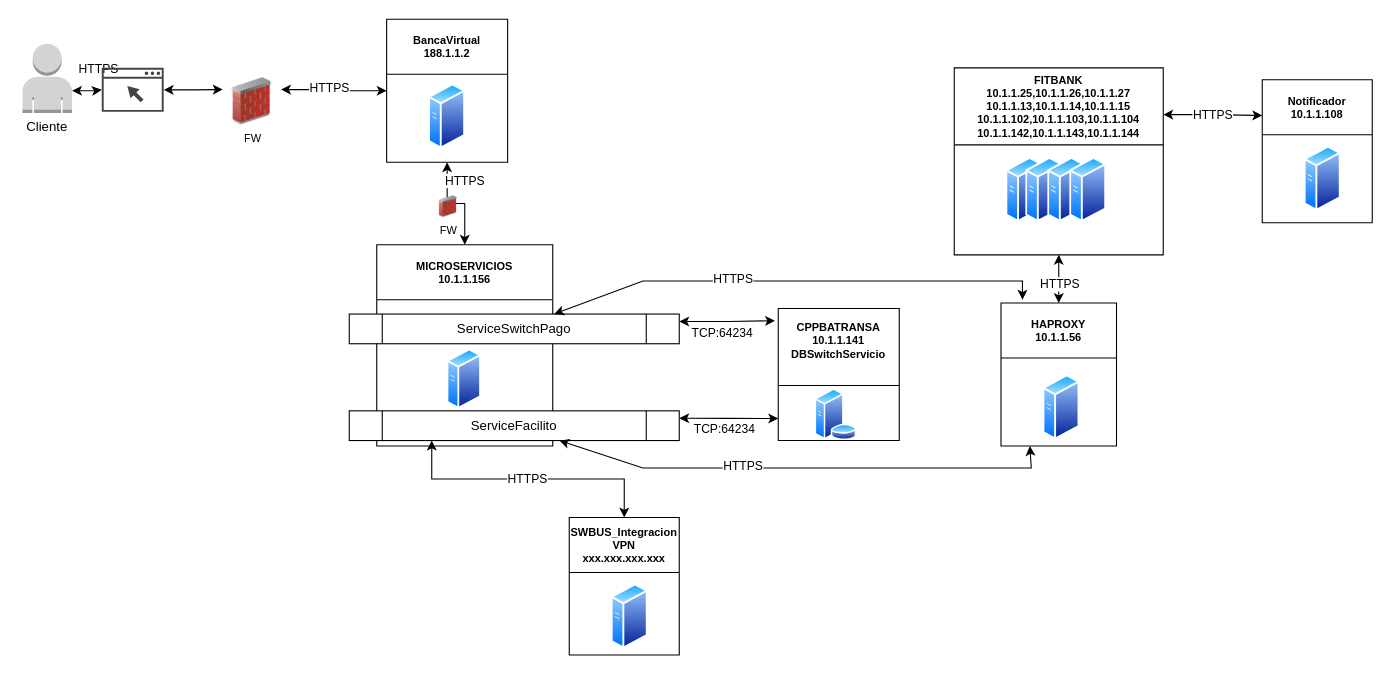
The draw.io diagram PayerInformation.drawio in davidguillermofg/Diagrams, before the edit. Source tidied: cells renumbered, new cells numbered last; positions are measured from the earlier drawing's top-left corner, leaving out a move shared by most shapes. Both pictures are drawn from the tidied source at 110%, with x=0, y=0 at pixel (19, 19).
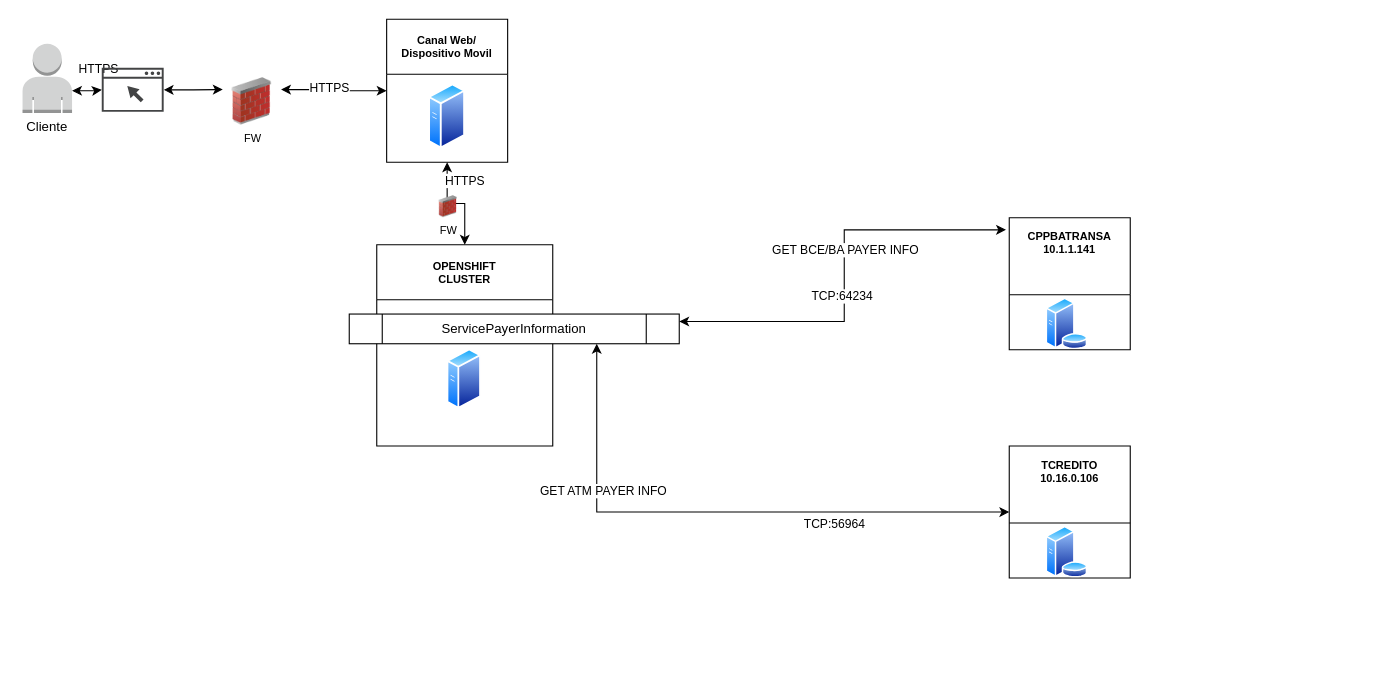
Above is the later version.

The change refers to these unchanged cells:
```xml
<mxCell id="33" style="edgeStyle=orthogonalEdgeStyle;rounded=0;jettySize=auto;html=1;exitX=1;exitY=0.25;exitDx=0;exitDy=0;entryX=-0.027;entryY=0.092;entryDx=0;entryDy=0;startArrow=classic;startFill=1;entryPerimeter=0;" parent="1" edge="1" source="22" target="35">
  <mxGeometry relative="1" as="geometry" />
</mxCell>
```

Change to the diagram source:
```diff
@@
-    <mxCell id="6" value="MICROSERVICIOS&#10;10.1.1.156" style="swimlane;startSize=50;fontSize=10;" parent="1" vertex="1">
+    <mxCell id="6" value="OPENSHIFT&#10;CLUSTER" style="swimlane;startSize=50;fontSize=10;" parent="1" vertex="1">
       <mxGeometry x="325" y="205" width="160" height="183" as="geometry" />
     </mxCell>
@@
-    <mxCell id="16" value="BancaVirtual&#10;188.1.1.2" style="swimlane;startSize=50;fontSize=10;" parent="1" vertex="1">
+    <mxCell id="16" value="Canal Web/&#10;Dispositivo Movil" style="swimlane;startSize=50;fontSize=10;" parent="1" vertex="1">
       <mxGeometry x="334" width="110" height="130" as="geometry" />
     </mxCell>
@@
-    <mxCell id="18" value="&#10;SWBUS_Integracion&#10;VPN&#10;xxx.xxx.xxx.xxx&#10;" style="swimlane;startSize=50;fontSize=10;" parent="1" vertex="1">
-      <mxGeometry x="500" y="453" width="100" height="125" as="geometry" />
-    </mxCell>
-    <mxCell id="19" style="perimeter=ellipsePerimeter;html=1;align=center;shadow=0;dashed=0;spacingTop=3;image;image=img/lib/active_directory/generic_server.svg;fontSize=10;" parent="18" vertex="1">
-      <mxGeometry x="38.2" y="60" width="33.6" height="60" as="geometry" />
-    </mxCell>
-    <mxCell id="20" value="HTTPS" style="edgeStyle=orthogonalEdgeStyle;rounded=0;jettySize=auto;html=1;exitX=0.5;exitY=0;exitDx=0;exitDy=0;startArrow=classic;startFill=1;entryX=0.25;entryY=1;entryDx=0;entryDy=0;" parent="1" edge="1" source="18" target="21">
-      <mxGeometry relative="1" as="geometry" />
-    </mxCell>
-    <mxCell id="21" value="ServiceFacilito" style="shape=process;whiteSpace=wrap;html=1;backgroundOutline=1;" parent="1" vertex="1">
-      <mxGeometry x="300" y="356" width="300" height="27" as="geometry" />
-    </mxCell>
-    <mxCell id="22" value="ServiceSwitchPago" style="shape=process;whiteSpace=wrap;html=1;backgroundOutline=1;" parent="1" vertex="1">
+    <mxCell id="22" value="ServicePayerInformation" style="shape=process;whiteSpace=wrap;html=1;backgroundOutline=1;" parent="1" vertex="1">
       <mxGeometry x="300" y="268" width="300" height="27" as="geometry" />
     </mxCell>
@@
-    <mxCell id="24" value="FITBANK&#10;10.1.1.25,10.1.1.26,10.1.1.27&#10;10.1.1.13,10.1.1.14,10.1.1.15&#10;10.1.1.102,10.1.1.103,10.1.1.104&#10;10.1.1.142,10.1.1.143,10.1.1.144" style="swimlane;startSize=70;fontSize=10;" parent="1" vertex="1">
-      <mxGeometry x="850" y="44.2" width="190" height="170" as="geometry" />
-    </mxCell>
-    <mxCell id="25" style="perimeter=ellipsePerimeter;html=1;align=center;shadow=0;dashed=0;spacingTop=3;image;image=img/lib/active_directory/generic_server.svg;fontSize=10;" parent="24" vertex="1">
-      <mxGeometry x="47" y="81" width="33.6" height="60" as="geometry" />
-    </mxCell>
-    <mxCell id="26" style="perimeter=ellipsePerimeter;html=1;align=center;shadow=0;dashed=0;spacingTop=3;image;image=img/lib/active_directory/generic_server.svg;fontSize=10;" parent="24" vertex="1">
-      <mxGeometry x="65" y="81" width="33.6" height="60" as="geometry" />
-    </mxCell>
-    <mxCell id="27" style="perimeter=ellipsePerimeter;html=1;align=center;shadow=0;dashed=0;spacingTop=3;image;image=img/lib/active_directory/generic_server.svg;fontSize=10;" parent="24" vertex="1">
-      <mxGeometry x="85" y="81" width="33.6" height="60" as="geometry" />
-    </mxCell>
-    <mxCell id="28" style="perimeter=ellipsePerimeter;html=1;align=center;shadow=0;dashed=0;spacingTop=3;image;image=img/lib/active_directory/generic_server.svg;fontSize=10;" parent="24" vertex="1">
-      <mxGeometry x="105" y="81" width="33.6" height="60" as="geometry" />
-    </mxCell>
-    <mxCell id="29" style="edgeStyle=orthogonalEdgeStyle;rounded=0;jettySize=auto;html=1;entryX=0.5;entryY=1;entryDx=0;entryDy=0;startArrow=classic;startFill=1;" parent="1" edge="1" source="31" target="24">
-      <mxGeometry relative="1" as="geometry" />
-    </mxCell>
-    <mxCell id="30" value="HTTPS" style="edgeLabel;html=1;align=center;verticalAlign=middle;" parent="29" vertex="1">
-      <mxGeometry x="-0.18" y="1" relative="1" as="geometry">
-        <mxPoint x="1" as="offset" />
-      </mxGeometry>
-    </mxCell>
-    <mxCell id="31" value="HAPROXY&#10;10.1.1.56" style="swimlane;startSize=50;fontSize=10;" parent="1" vertex="1">
-      <mxGeometry x="892.5" y="258" width="105" height="130" as="geometry" />
-    </mxCell>
-    <mxCell id="32" style="perimeter=ellipsePerimeter;html=1;align=center;shadow=0;dashed=0;spacingTop=3;image;image=img/lib/active_directory/generic_server.svg;fontSize=10;" parent="31" vertex="1">
-      <mxGeometry x="38.2" y="65" width="33.6" height="60" as="geometry" />
-    </mxCell>
@@
+    <mxCell id="46" value="GET BCE/BA PAYER INFO" style="edgeLabel;html=1;align=center;verticalAlign=middle;" parent="33" vertex="1">
+      <mxGeometry x="0.13" relative="1" as="geometry" />
+    </mxCell>
-    <mxCell id="35" value="CPPBATRANSA&#10;10.1.1.141&#10;DBSwitchServicio&#10;" style="swimlane;startSize=70;fontSize=10;" parent="1" vertex="1">
-      <mxGeometry x="690" y="263" width="110" height="120" as="geometry" />
+    <mxCell id="35" value="CPPBATRANSA&#10;10.1.1.141&#10;&#10;" style="swimlane;startSize=70;fontSize=10;" parent="1" vertex="1">
+      <mxGeometry x="900" y="180.4" width="110" height="120" as="geometry" />
     </mxCell>
@@
-    <mxCell id="37" style="rounded=0;jettySize=auto;html=1;startArrow=classic;startFill=1;entryX=0.25;entryY=1;entryDx=0;entryDy=0;" parent="1" edge="1" source="21" target="31">
-      <mxGeometry relative="1" as="geometry">
-        <Array as="points">
-          <mxPoint x="567" y="408" />
-          <mxPoint x="920" y="408" />
-        </Array>
-      </mxGeometry>
-    </mxCell>
-    <mxCell id="38" value="HTTPS" style="edgeLabel;html=1;align=center;verticalAlign=middle;" parent="37" vertex="1">
-      <mxGeometry x="-0.3" y="3" relative="1" as="geometry">
-        <mxPoint x="11" as="offset" />
-      </mxGeometry>
-    </mxCell>
-    <mxCell id="39" style="rounded=0;jettySize=auto;html=1;startArrow=classic;startFill=1;entryX=0.186;entryY=-0.023;entryDx=0;entryDy=0;entryPerimeter=0;" parent="1" edge="1" source="22" target="31">
-      <mxGeometry relative="1" as="geometry">
-        <Array as="points">
-          <mxPoint x="567" y="238" />
-          <mxPoint x="912" y="238" />
-        </Array>
-      </mxGeometry>
-    </mxCell>
-    <mxCell id="40" value="HTTPS" style="edgeLabel;html=1;align=center;verticalAlign=middle;" parent="39" vertex="1">
-      <mxGeometry x="-0.3" y="3" relative="1" as="geometry">
-        <mxPoint x="11" as="offset" />
-      </mxGeometry>
-    </mxCell>
-    <mxCell id="41" style="edgeStyle=orthogonalEdgeStyle;rounded=0;jettySize=auto;html=1;exitX=1;exitY=0.25;exitDx=0;exitDy=0;startArrow=classic;startFill=1;" parent="1" edge="1" source="21">
-      <mxGeometry relative="1" as="geometry">
-        <mxPoint x="690" y="363" as="targetPoint" />
-      </mxGeometry>
+    <mxCell id="41" style="edgeStyle=orthogonalEdgeStyle;rounded=0;jettySize=auto;html=1;startArrow=classic;startFill=1;exitX=0.75;exitY=1;exitDx=0;exitDy=0;entryX=0;entryY=0.5;entryDx=0;entryDy=0;" parent="1" edge="1" source="22" target="48">
+      <mxGeometry relative="1" as="geometry" />
     </mxCell>
-    <mxCell id="42" value="TCP:64234" style="edgeLabel;html=1;align=center;verticalAlign=middle;" parent="41" vertex="1">
+    <mxCell id="42" value="TCP:56964" style="edgeLabel;html=1;align=center;verticalAlign=middle;" parent="41" vertex="1">
       <mxGeometry x="-0.04" relative="1" as="geometry">
-        <mxPoint x="-3" y="10" as="offset" />
+        <mxPoint x="115" y="10" as="offset" />
       </mxGeometry>
     </mxCell>
-    <mxCell id="43" value="Notificador&#10;10.1.1.108" style="swimlane;startSize=50;fontSize=10;" parent="1" vertex="1">
-      <mxGeometry x="1130" y="55" width="100" height="130" as="geometry" />
-    </mxCell>
-    <mxCell id="44" style="perimeter=ellipsePerimeter;html=1;align=center;shadow=0;dashed=0;spacingTop=3;image;image=img/lib/active_directory/generic_server.svg;fontSize=10;" parent="43" vertex="1">
-      <mxGeometry x="38.2" y="60" width="33.6" height="60" as="geometry" />
-    </mxCell>
-    <mxCell id="45" value="HTTPS" style="edgeStyle=orthogonalEdgeStyle;rounded=0;jettySize=auto;html=1;exitX=1;exitY=0.25;exitDx=0;exitDy=0;startArrow=classic;startFill=1;entryX=0;entryY=0.25;entryDx=0;entryDy=0;" parent="1" edge="1" source="24" target="43">
-      <mxGeometry relative="1" as="geometry" />
-    </mxCell>
+    <mxCell id="47" value="GET ATM PAYER INFO" style="edgeLabel;html=1;align=center;verticalAlign=middle;" parent="41" vertex="1">
+      <mxGeometry x="-0.49" y="1" relative="1" as="geometry">
+        <mxPoint x="4" y="-2" as="offset" />
+      </mxGeometry>
+    </mxCell>
+    <mxCell id="48" value="TCREDITO&#10;10.16.0.106&#10;&#10;" style="swimlane;startSize=70;fontSize=10;" parent="1" vertex="1">
+      <mxGeometry x="900" y="388" width="110" height="120" as="geometry" />
+    </mxCell>
+    <mxCell id="49" style="perimeter=ellipsePerimeter;html=1;align=center;shadow=0;dashed=0;spacingTop=3;image;image=img/lib/active_directory/database_server.svg;" parent="48" vertex="1">
+      <mxGeometry x="33.2" y="73" width="38.5" height="47" as="geometry" />
+    </mxCell>
```
